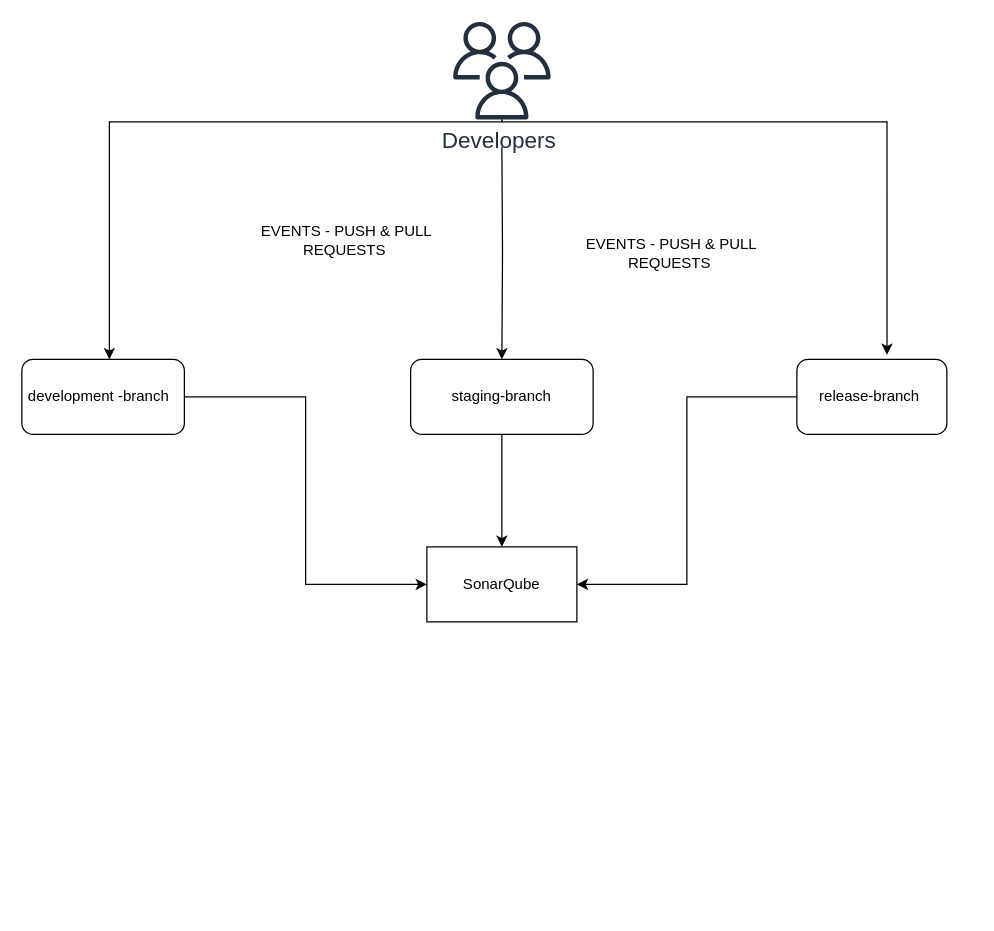
The draw.io diagram icurity.drawio in tyger-rareatom/consulting-architectures, before the edit. Source tidied: cells renumbered, new cells numbered last; positions are measured from the earlier drawing's top-left corner, leaving out a move shared by most shapes. Both pictures are drawn from the tidied source at 125%, with x=0, y=0 at pixel (21, 21).
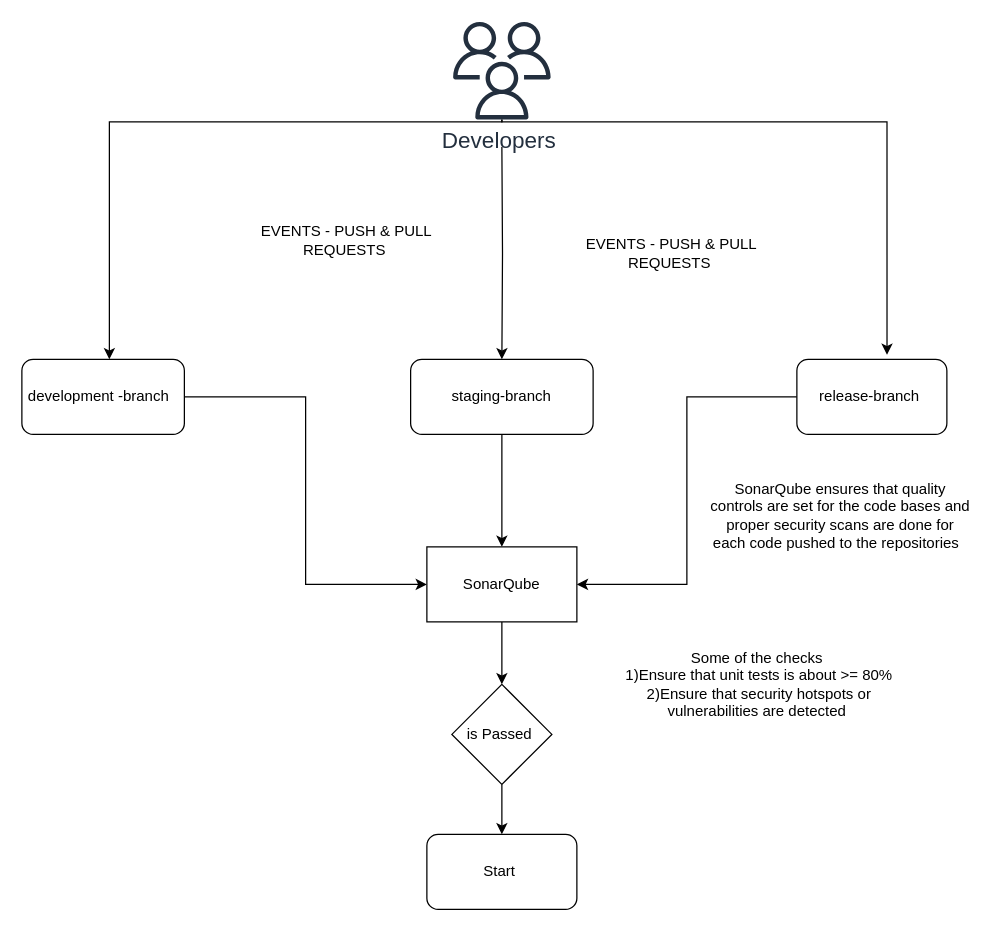
The same page after the edit.

The change refers to these unchanged cells:
```xml
<mxCell id="14" value="SonarQube" style="rounded=0;whiteSpace=wrap;html=1;" parent="1" vertex="1">
  <mxGeometry x="324" y="420" width="120" height="60" as="geometry" />
</mxCell>
```

Diff of the diagram source:
```diff
@@
+    <mxCell id="15" style="edgeStyle=orthogonalEdgeStyle;rounded=0;jettySize=auto;html=1;entryX=0.5;entryY=0;entryDx=0;entryDy=0;" parent="1" edge="1" source="14" target="18">
+      <mxGeometry relative="1" as="geometry" />
+    </mxCell>
@@
+    <mxCell id="16" value="SonarQube ensures that quality controls are set for the code bases and proper security scans are done for each code pushed to the repositories&amp;nbsp;&amp;nbsp;" style="text;html=1;strokeColor=none;fillColor=none;align=center;verticalAlign=middle;whiteSpace=wrap;rounded=0;" parent="1" vertex="1">
+      <mxGeometry x="550" y="350" width="210" height="90" as="geometry" />
+    </mxCell>
+    <mxCell id="17" style="edgeStyle=orthogonalEdgeStyle;rounded=0;jettySize=auto;html=1;entryX=0.5;entryY=0;entryDx=0;entryDy=0;" parent="1" edge="1" source="18" target="20">
+      <mxGeometry relative="1" as="geometry" />
+    </mxCell>
+    <mxCell id="18" value="is Passed&amp;nbsp;" style="rhombus;whiteSpace=wrap;html=1;" parent="1" vertex="1">
+      <mxGeometry x="344" y="530" width="80" height="80" as="geometry" />
+    </mxCell>
+    <mxCell id="19" value="Some of the checks&amp;nbsp;&lt;br&gt;1)Ensure that unit tests is about &amp;gt;= 80%&lt;br&gt;2)Ensure that security hotspots or vulnerabilities are detected&amp;nbsp;" style="text;html=1;strokeColor=none;fillColor=none;align=center;verticalAlign=middle;whiteSpace=wrap;rounded=0;" parent="1" vertex="1">
+      <mxGeometry x="480" y="480" width="220" height="100" as="geometry" />
+    </mxCell>
+    <mxCell id="20" value="Start&amp;nbsp;" style="rounded=1;whiteSpace=wrap;html=1;" parent="1" vertex="1">
+      <mxGeometry x="324" y="650" width="120" height="60" as="geometry" />
+    </mxCell>
```
